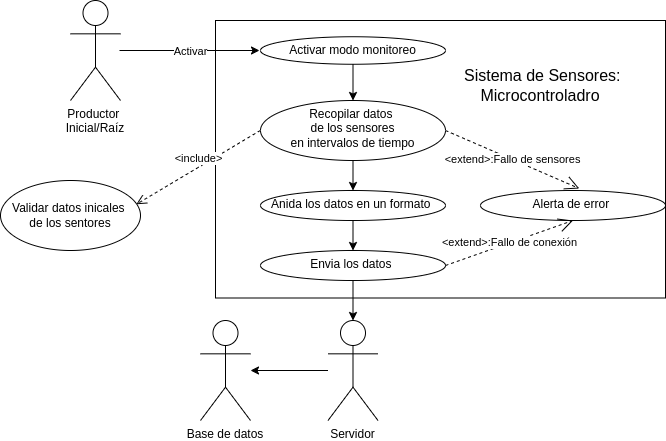
The draw.io diagram UML/Modulo1/RF01_2.drawio.png in miicxitl-kin/Proyecto-Terminal-1-y-2, before a commit. Source tidied: cells renumbered, new cells last; positions are measured from the earlier drawing's top-left corner, leaving out a move shared by most shapes.
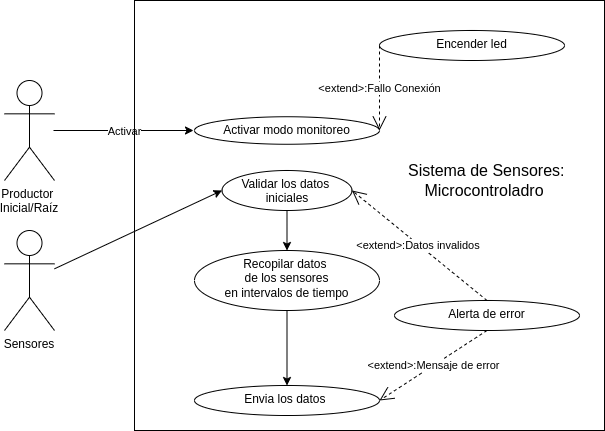
Above is the later version.

The edit, as a diff of the source:
```diff
@@ -5,33 +5,18 @@
     <mxCell id="2" value="Productor &#10;Inicial/Raíz" style="shape=umlActor;verticalLabelPosition=bottom;verticalAlign=top;fillColor=none;align=center;labelBorderColor=none;labelBackgroundColor=none;labelPosition=center;textShadow=0;fontColor=default;" parent="1" vertex="1">
       <mxGeometry x="70" width="50" height="100" as="geometry" />
     </mxCell>
-    <mxCell id="3" style="edgeStyle=none;html=1;" parent="1" edge="1" source="4" target="6">
-      <mxGeometry relative="1" as="geometry" />
-    </mxCell>
     <mxCell id="4" value="Activar modo monitoreo" style="ellipse;whiteSpace=wrap;html=1;verticalAlign=top;fillColor=none;labelBorderColor=none;labelBackgroundColor=none;" parent="1" vertex="1">
       <mxGeometry x="260" y="36.2" width="185" height="27.5" as="geometry" />
     </mxCell>
-    <mxCell id="5" style="edgeStyle=none;html=1;" parent="1" edge="1" source="6" target="8">
+    <mxCell id="5" style="edgeStyle=none;html=1;entryX=0.5;entryY=0;entryDx=0;entryDy=0;" parent="1" edge="1" source="6" target="14">
       <mxGeometry relative="1" as="geometry" />
     </mxCell>
     <mxCell id="6" value="&lt;font style=&quot;color: rgb(0, 0, 0);&quot;&gt;Recopilar datos&amp;nbsp;&lt;/font&gt;&lt;div&gt;&lt;font style=&quot;color: rgb(0, 0, 0);&quot;&gt;de los sensores&lt;/font&gt;&lt;/div&gt;&lt;div&gt;&lt;font style=&quot;color: rgb(0, 0, 0);&quot;&gt;en intervalos de tiempo&lt;/font&gt;&lt;/div&gt;" style="ellipse;whiteSpace=wrap;html=1;verticalAlign=top;fillColor=none;labelBorderColor=none;labelBackgroundColor=none;" parent="1" vertex="1">
-      <mxGeometry x="260" y="100" width="185" height="60" as="geometry" />
+      <mxGeometry x="260" y="170" width="185" height="60" as="geometry" />
     </mxCell>
-    <mxCell id="7" style="edgeStyle=none;html=1;entryX=0.5;entryY=0;entryDx=0;entryDy=0;" parent="1" edge="1" source="8" target="14">
-      <mxGeometry relative="1" as="geometry" />
-    </mxCell>
-    <mxCell id="8" value="Anida los datos en un formato&amp;nbsp;" style="ellipse;whiteSpace=wrap;html=1;verticalAlign=top;fillColor=none;labelBorderColor=none;labelBackgroundColor=none;" parent="1" vertex="1">
-      <mxGeometry x="260" y="190" width="185" height="30" as="geometry" />
-    </mxCell>
     <mxCell id="9" value="&lt;font style=&quot;scrollbar-color: rgb(226, 226, 226) rgb(251, 251, 251); color: rgb(0, 0, 0); font-size: 16px;&quot;&gt;&amp;nbsp;Sistema de Sensores:&lt;/font&gt;&lt;div style=&quot;color: rgb(63, 63, 63); scrollbar-color: rgb(226, 226, 226) rgb(251, 251, 251);&quot;&gt;&lt;font style=&quot;scrollbar-color: rgb(226, 226, 226) rgb(251, 251, 251); color: rgb(0, 0, 0); font-size: 16px;&quot;&gt;Microcontroladro&lt;/font&gt;&lt;/div&gt;" style="text;html=1;align=center;verticalAlign=middle;whiteSpace=wrap;rounded=0;" parent="1" vertex="1">
-      <mxGeometry x="450" y="70" width="180" height="30" as="geometry" />
+      <mxGeometry x="460" y="70" width="180" height="60" as="geometry" />
     </mxCell>
-    <mxCell id="10" style="edgeStyle=none;html=1;" parent="1" edge="1" source="11" target="15">
-      <mxGeometry relative="1" as="geometry" />
-    </mxCell>
-    <mxCell id="11" value="Servidor" style="shape=umlActor;verticalLabelPosition=bottom;verticalAlign=top;outlineConnect=0;fillColor=none;align=center;labelBorderColor=none;labelBackgroundColor=none;labelPosition=center;textShadow=0;fontColor=default;" parent="1" vertex="1">
-      <mxGeometry x="327.5" y="320" width="50" height="100" as="geometry" />
-    </mxCell>
     <mxCell id="12" style="endArrow=classic;html=1;entryX=0;entryY=0.5;entryDx=0;entryDy=0;" parent="1" edge="1">
       <mxGeometry relative="1" as="geometry">
         <mxPoint x="119" y="50" as="sourcePoint" />
@@ -42,31 +27,37 @@
       <mxGeometry relative="1" as="geometry" />
     </mxCell>
     <mxCell id="14" value="Envia los datos&amp;nbsp;" style="ellipse;whiteSpace=wrap;html=1;verticalAlign=top;fillColor=none;labelBorderColor=none;labelBackgroundColor=none;" parent="1" vertex="1">
-      <mxGeometry x="260" y="250" width="185" height="30" as="geometry" />
+      <mxGeometry x="260" y="305" width="185" height="30" as="geometry" />
     </mxCell>
+    <mxCell id="23" style="edgeStyle=none;html=1;entryX=0;entryY=0.5;entryDx=0;entryDy=0;" parent="1" edge="1" source="15" target="25">
+      <mxGeometry relative="1" as="geometry" />
+    </mxCell>
-    <mxCell id="15" value="Base de datos" style="shape=umlActor;verticalLabelPosition=bottom;verticalAlign=top;outlineConnect=0;fillColor=none;align=center;labelBorderColor=none;labelBackgroundColor=none;labelPosition=center;textShadow=0;fontColor=default;" parent="1" vertex="1">
-      <mxGeometry x="200" y="320" width="50" height="100" as="geometry" />
+    <mxCell id="15" value="Sensores" style="shape=umlActor;verticalLabelPosition=bottom;verticalAlign=top;outlineConnect=0;fillColor=none;align=center;labelBorderColor=none;labelBackgroundColor=none;labelPosition=center;textShadow=0;fontColor=default;" parent="1" vertex="1">
+      <mxGeometry x="70" y="150" width="50" height="100" as="geometry" />
     </mxCell>
-    <mxCell id="16" style="edgeStyle=none;html=1;entryX=0.5;entryY=0;entryDx=0;entryDy=0;entryPerimeter=0;" parent="1" edge="1" source="14" target="11">
-      <mxGeometry relative="1" as="geometry" />
-    </mxCell>
-    <mxCell id="17" value="Alerta de error&amp;nbsp;" style="ellipse;whiteSpace=wrap;html=1;verticalAlign=top;fillColor=none;labelBorderColor=none;labelBackgroundColor=none;" parent="1" vertex="1">
-      <mxGeometry x="480" y="190" width="185" height="30" as="geometry" />
+    <mxCell id="17" value="&lt;font style=&quot;color: rgb(0, 0, 0);&quot;&gt;Alerta de error&lt;/font&gt;&lt;div&gt;&lt;br&gt;&lt;/div&gt;" style="ellipse;whiteSpace=wrap;html=1;verticalAlign=top;fillColor=none;labelBorderColor=none;labelBackgroundColor=none;" parent="1" vertex="1">
+      <mxGeometry x="460" y="220" width="185" height="30" as="geometry" />
     </mxCell>
-    <mxCell id="18" value="&amp;lt;extend&amp;gt;:Fallo de sensores" style="endArrow=open;endSize=12;dashed=1;html=1;exitX=1;exitY=0.5;exitDx=0;exitDy=0;entryX=0.534;entryY=-0.066;entryDx=0;entryDy=0;entryPerimeter=0;" parent="1" edge="1" source="6" target="17">
+    <mxCell id="18" value="&amp;lt;extend&amp;gt;:Mensaje de error" style="endArrow=open;endSize=12;dashed=1;html=1;exitX=0.5;exitY=1;exitDx=0;exitDy=0;entryX=1;entryY=0.5;entryDx=0;entryDy=0;" parent="1" edge="1" source="17" target="14">
       <mxGeometry relative="1" as="geometry" />
     </mxCell>
-    <mxCell id="19" value="&amp;lt;extend&amp;gt;:Fallo de conexión" style="endArrow=open;endSize=12;dashed=1;html=1;exitX=1;exitY=0.5;exitDx=0;exitDy=0;entryX=0.5;entryY=1;entryDx=0;entryDy=0;" parent="1" edge="1" source="14" target="17">
-      <mxGeometry relative="1" as="geometry" />
-    </mxCell>
     <mxCell id="20" style="rounded=0;whiteSpace=wrap;html=1;fillColor=none;" parent="1" vertex="1">
-      <mxGeometry x="215" y="20" width="450" height="277.5" as="geometry" />
+      <mxGeometry x="200" y="-80" width="470" height="430" as="geometry" />
     </mxCell>
-    <mxCell id="21" value="&lt;font style=&quot;color: rgb(0, 0, 0);&quot;&gt;Validar datos inicales&amp;nbsp;&lt;/font&gt;&lt;div&gt;&lt;font style=&quot;color: rgb(0, 0, 0);&quot;&gt;de los sentores&lt;/font&gt;&lt;/div&gt;" style="ellipse;whiteSpace=wrap;html=1;" parent="1" vertex="1">
-      <mxGeometry y="180" width="140" height="70" as="geometry" />
-    </mxCell>
-    <mxCell id="22" value="&amp;lt;include&amp;gt;" style="html=1;verticalAlign=bottom;endArrow=open;dashed=1;endSize=8;curved=0;rounded=0;exitX=0.1;exitY=0.396;exitDx=0;exitDy=0;exitPerimeter=0;entryX=0.97;entryY=0.34;entryDx=0;entryDy=0;entryPerimeter=0;" parent="1" edge="1" source="20" target="21">
-      <mxGeometry relative="1" as="geometry" />
-    </mxCell>
+    <mxCell id="24" style="edgeStyle=none;html=1;entryX=0.5;entryY=0;entryDx=0;entryDy=0;" parent="1" edge="1" source="25" target="6">
+      <mxGeometry relative="1" as="geometry" />
+    </mxCell>
+    <mxCell id="25" value="&lt;font style=&quot;color: rgb(0, 0, 0);&quot;&gt;Validar los datos&amp;nbsp;&lt;/font&gt;&lt;div&gt;&lt;font style=&quot;color: rgb(0, 0, 0);&quot;&gt;iniciales&lt;/font&gt;&lt;/div&gt;" style="ellipse;whiteSpace=wrap;html=1;verticalAlign=top;fillColor=none;labelBorderColor=none;labelBackgroundColor=none;" parent="1" vertex="1">
+      <mxGeometry x="287.5" y="90" width="130" height="40" as="geometry" />
+    </mxCell>
+    <mxCell id="26" value="Encender led" style="ellipse;whiteSpace=wrap;html=1;verticalAlign=top;fillColor=none;labelBorderColor=none;labelBackgroundColor=none;" parent="1" vertex="1">
+      <mxGeometry x="445" y="-50" width="185" height="30" as="geometry" />
+    </mxCell>
+    <mxCell id="27" value="&amp;lt;extend&amp;gt;:Fallo Conexión" style="endArrow=open;endSize=12;dashed=1;html=1;entryX=1;entryY=0.5;entryDx=0;entryDy=0;exitX=0;exitY=0.5;exitDx=0;exitDy=0;" parent="1" edge="1" source="26" target="4">
+      <mxGeometry relative="1" as="geometry" />
+    </mxCell>
+    <mxCell id="28" value="&amp;lt;extend&amp;gt;:Datos invalidos&amp;nbsp;" style="endArrow=open;endSize=12;dashed=1;html=1;entryX=1;entryY=0.5;entryDx=0;entryDy=0;exitX=0.5;exitY=0;exitDx=0;exitDy=0;" parent="1" edge="1" source="17" target="25">
+      <mxGeometry relative="1" as="geometry" />
+    </mxCell>
   </root>
 </mxGraphModel>
```
